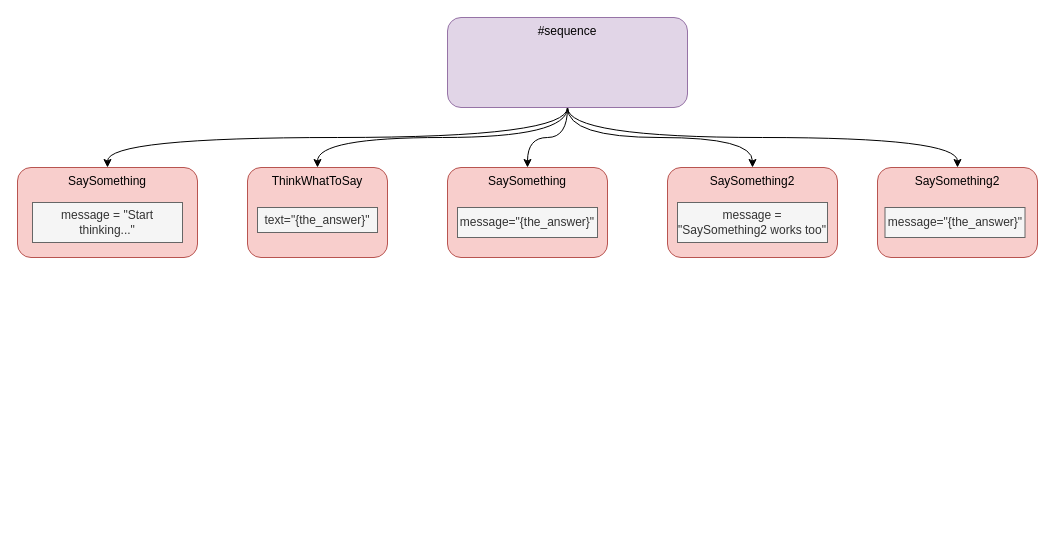
Above: tree.drawio in guitarvydas/behavior_tree_to_cpp (draw.io), before the change. Source tidied: cells renumbered, new cells numbered last; positions are measured from the earlier drawing's top-left corner, leaving out a move shared by most shapes. Both pictures are drawn from the tidied source at 100%, with x=0, y=0 at pixel (17, 17).
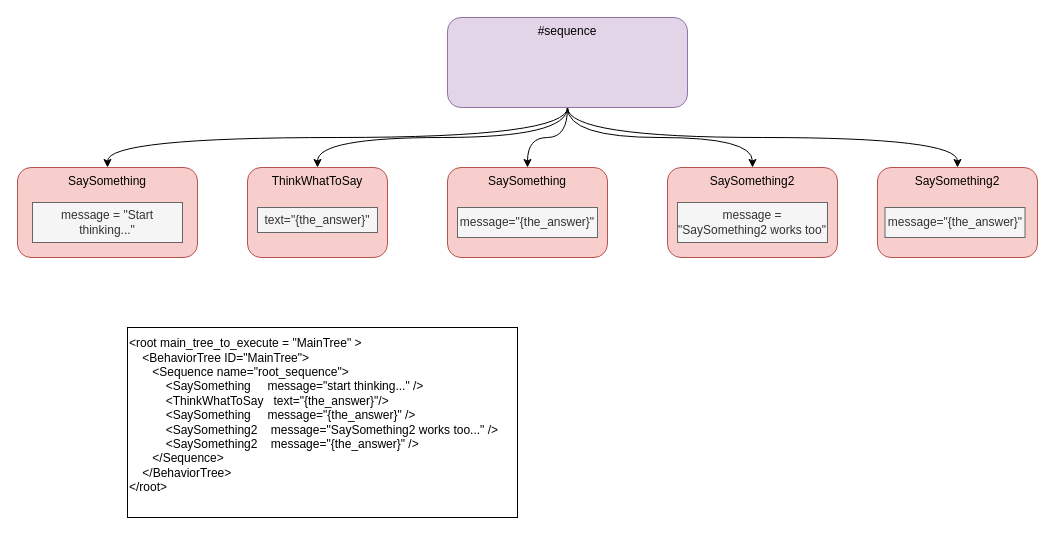
The same diagram, later.

Diff of the diagram source:
```diff
@@
 <mxGraphModel>
   <root>
     <mxCell id="0" />
     <mxCell id="1" parent="0" />
     <mxCell id="2" style="edgeStyle=orthogonalEdgeStyle;jettySize=auto;html=1;exitX=0.5;exitY=1;exitDx=0;exitDy=0;verticalAlign=top;curved=1;" parent="1" edge="1" source="7" target="8">
       <mxGeometry relative="1" as="geometry" />
     </mxCell>
     <mxCell id="3" style="edgeStyle=orthogonalEdgeStyle;jettySize=auto;html=1;exitX=0.5;exitY=1;exitDx=0;exitDy=0;curved=1;verticalAlign=top;" parent="1" edge="1" source="7" target="11">
       <mxGeometry relative="1" as="geometry" />
     </mxCell>
     <mxCell id="4" style="edgeStyle=orthogonalEdgeStyle;curved=1;jettySize=auto;html=1;exitX=0.5;exitY=1;exitDx=0;exitDy=0;entryX=0.5;entryY=0;entryDx=0;entryDy=0;verticalAlign=top;" parent="1" edge="1" source="7" target="12">
       <mxGeometry relative="1" as="geometry" />
     </mxCell>
     <mxCell id="5" style="edgeStyle=orthogonalEdgeStyle;curved=1;jettySize=auto;html=1;exitX=0.5;exitY=1;exitDx=0;exitDy=0;entryX=0.5;entryY=0;entryDx=0;entryDy=0;verticalAlign=top;" parent="1" edge="1" source="7" target="9">
       <mxGeometry relative="1" as="geometry" />
     </mxCell>
     <mxCell id="6" style="edgeStyle=orthogonalEdgeStyle;curved=1;jettySize=auto;html=1;exitX=0.5;exitY=1;exitDx=0;exitDy=0;entryX=0.5;entryY=0;entryDx=0;entryDy=0;verticalAlign=top;" parent="1" edge="1" source="7" target="10">
       <mxGeometry relative="1" as="geometry" />
     </mxCell>
     <mxCell id="7" value="#sequence" style="rounded=1;whiteSpace=wrap;html=1;verticalAlign=top;fillColor=#e1d5e7;strokeColor=#9673a6;" parent="1" vertex="1">
       <mxGeometry x="430" width="240" height="90" as="geometry" />
     </mxCell>
     <mxCell id="8" value="SaySomething" style="rounded=1;whiteSpace=wrap;html=1;verticalAlign=top;fillColor=#f8cecc;strokeColor=#b85450;" parent="1" vertex="1">
       <mxGeometry x="430" y="150" width="160" height="90" as="geometry" />
     </mxCell>
     <mxCell id="9" value="SaySomething2" style="rounded=1;whiteSpace=wrap;html=1;verticalAlign=top;fillColor=#f8cecc;strokeColor=#b85450;" parent="1" vertex="1">
       <mxGeometry x="650" y="150" width="170" height="90" as="geometry" />
     </mxCell>
     <mxCell id="10" value="SaySomething2" style="rounded=1;whiteSpace=wrap;html=1;verticalAlign=top;fillColor=#f8cecc;strokeColor=#b85450;" parent="1" vertex="1">
       <mxGeometry x="860" y="150" width="160" height="90" as="geometry" />
     </mxCell>
     <mxCell id="11" value="ThinkWhatToSay" style="rounded=1;whiteSpace=wrap;html=1;verticalAlign=top;fillColor=#f8cecc;strokeColor=#b85450;" parent="1" vertex="1">
       <mxGeometry x="230" y="150" width="140" height="90" as="geometry" />
     </mxCell>
     <mxCell id="12" value="SaySomething" style="rounded=1;whiteSpace=wrap;html=1;verticalAlign=top;fillColor=#f8cecc;strokeColor=#b85450;" parent="1" vertex="1">
       <mxGeometry y="150" width="180" height="90" as="geometry" />
     </mxCell>
     <mxCell id="13" value="message = &quot;SaySomething2 works too&quot;" style="rounded=0;whiteSpace=wrap;html=1;fillColor=#f5f5f5;strokeColor=#666666;fontColor=#333333;" parent="1" vertex="1">
       <mxGeometry x="660" y="185" width="150" height="40" as="geometry" />
     </mxCell>
     <mxCell id="14" value="text=&quot;{the_answer}&quot;" style="rounded=0;whiteSpace=wrap;html=1;fillColor=#f5f5f5;strokeColor=#666666;fontColor=#333333;" parent="1" vertex="1">
       <mxGeometry x="240" y="190" width="120" height="25" as="geometry" />
     </mxCell>
     <mxCell id="15" value="message=&quot;{the_answer}&quot;" style="rounded=0;whiteSpace=wrap;html=1;fillColor=#f5f5f5;strokeColor=#666666;fontColor=#333333;" parent="1" vertex="1">
       <mxGeometry x="440" y="190" width="140" height="30" as="geometry" />
     </mxCell>
     <mxCell id="16" value="message=&quot;{the_answer}&quot;" style="rounded=0;whiteSpace=wrap;html=1;fillColor=#f5f5f5;strokeColor=#666666;fontColor=#333333;" parent="1" vertex="1">
       <mxGeometry x="867.5" y="190" width="140" height="30" as="geometry" />
     </mxCell>
     <mxCell id="17" value="message = &quot;Start thinking...&quot;" style="rounded=0;whiteSpace=wrap;html=1;fillColor=#f5f5f5;strokeColor=#666666;fontColor=#333333;" parent="1" vertex="1">
       <mxGeometry x="15" y="185" width="150" height="40" as="geometry" />
     </mxCell>
+    <mxCell id="18" value="&lt;div&gt;&lt;div&gt;&amp;lt;root main_tree_to_execute = &quot;MainTree&quot; &amp;gt;&lt;/div&gt;&lt;div&gt;&amp;nbsp; &amp;nbsp; &amp;lt;BehaviorTree ID=&quot;MainTree&quot;&amp;gt;&lt;/div&gt;&lt;div&gt;&amp;nbsp; &amp;nbsp; &amp;nbsp; &amp;nbsp;&amp;lt;Sequence name=&quot;root_sequence&quot;&amp;gt;&lt;/div&gt;&lt;div&gt;&amp;nbsp; &amp;nbsp; &amp;nbsp; &amp;nbsp; &amp;nbsp; &amp;nbsp;&amp;lt;SaySomething&amp;nbsp; &amp;nbsp; &amp;nbsp;message=&quot;start thinking...&quot; /&amp;gt;&lt;/div&gt;&lt;div&gt;&amp;nbsp; &amp;nbsp; &amp;nbsp; &amp;nbsp; &amp;nbsp; &amp;nbsp;&amp;lt;ThinkWhatToSay&amp;nbsp; &amp;nbsp;text=&quot;{the_answer}&quot;/&amp;gt;&lt;/div&gt;&lt;div&gt;&amp;nbsp; &amp;nbsp; &amp;nbsp; &amp;nbsp; &amp;nbsp; &amp;nbsp;&amp;lt;SaySomething&amp;nbsp; &amp;nbsp; &amp;nbsp;message=&quot;{the_answer}&quot; /&amp;gt;&lt;/div&gt;&lt;div&gt;&amp;nbsp; &amp;nbsp; &amp;nbsp; &amp;nbsp; &amp;nbsp; &amp;nbsp;&amp;lt;SaySomething2&amp;nbsp; &amp;nbsp; message=&quot;SaySomething2 works too...&quot; /&amp;gt;&lt;/div&gt;&lt;div&gt;&amp;nbsp; &amp;nbsp; &amp;nbsp; &amp;nbsp; &amp;nbsp; &amp;nbsp;&amp;lt;SaySomething2&amp;nbsp; &amp;nbsp; message=&quot;{the_answer}&quot; /&amp;gt;&lt;/div&gt;&lt;div&gt;&amp;nbsp; &amp;nbsp; &amp;nbsp; &amp;nbsp;&amp;lt;/Sequence&amp;gt;&lt;/div&gt;&lt;div&gt;&amp;nbsp; &amp;nbsp; &amp;lt;/BehaviorTree&amp;gt;&lt;/div&gt;&lt;div&gt;&amp;lt;/root&amp;gt;&lt;/div&gt;&lt;/div&gt;&lt;div&gt;&lt;br style=&quot;&quot;&gt;&lt;/div&gt;" style="rounded=0;whiteSpace=wrap;html=1;align=left;" parent="1" vertex="1">
+      <mxGeometry x="110" y="310" width="390" height="190" as="geometry" />
+    </mxCell>
   </root>
 </mxGraphModel>
```
